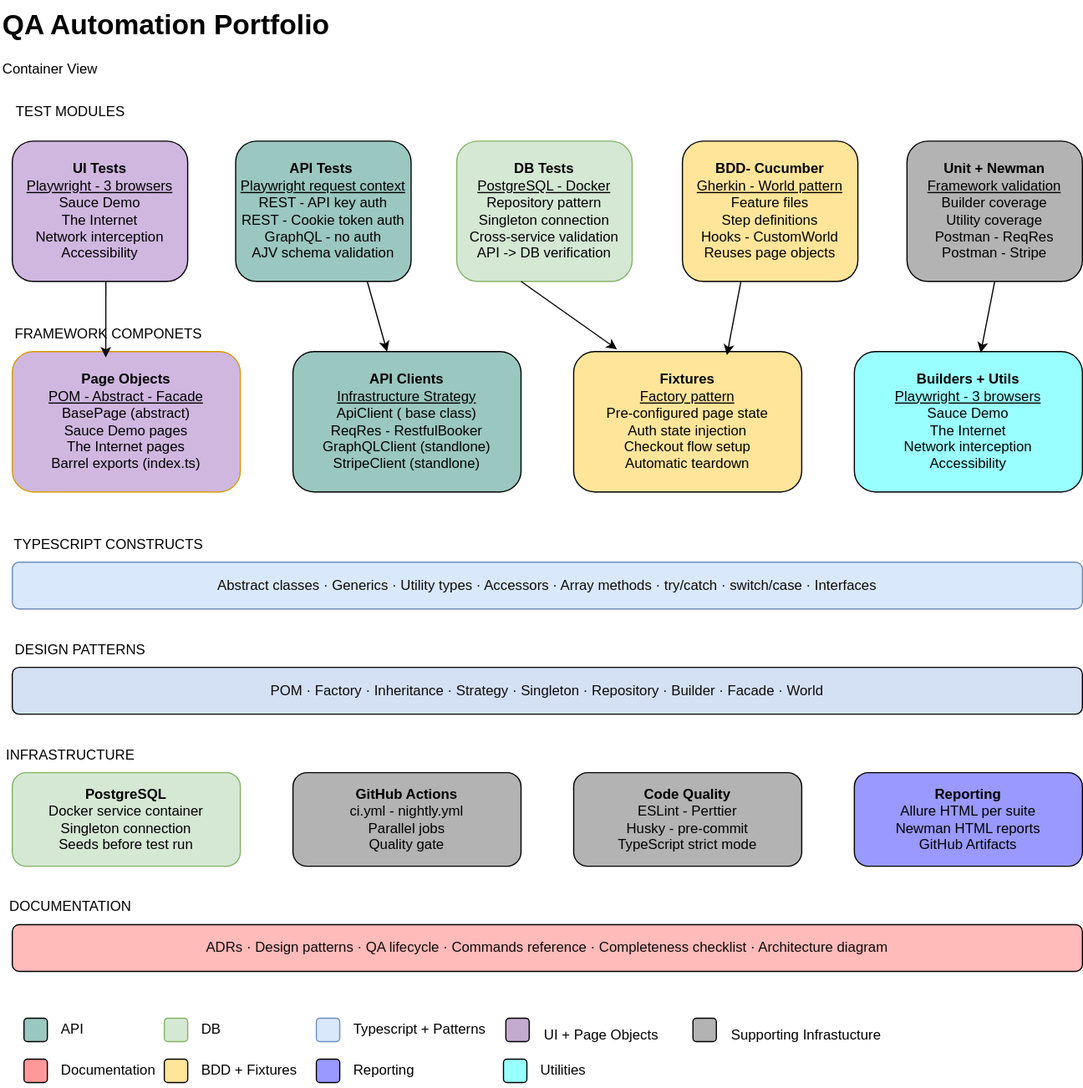
This is docs/design/diagrams/02-container-diagram.svg from sashika-hsg/qa-automation-portfolio, a draw.io export, as it was before one commit. Source tidied: cells renumbered, new cells last; positions are measured from the earlier drawing's top-left corner, leaving out a move shared by most shapes.
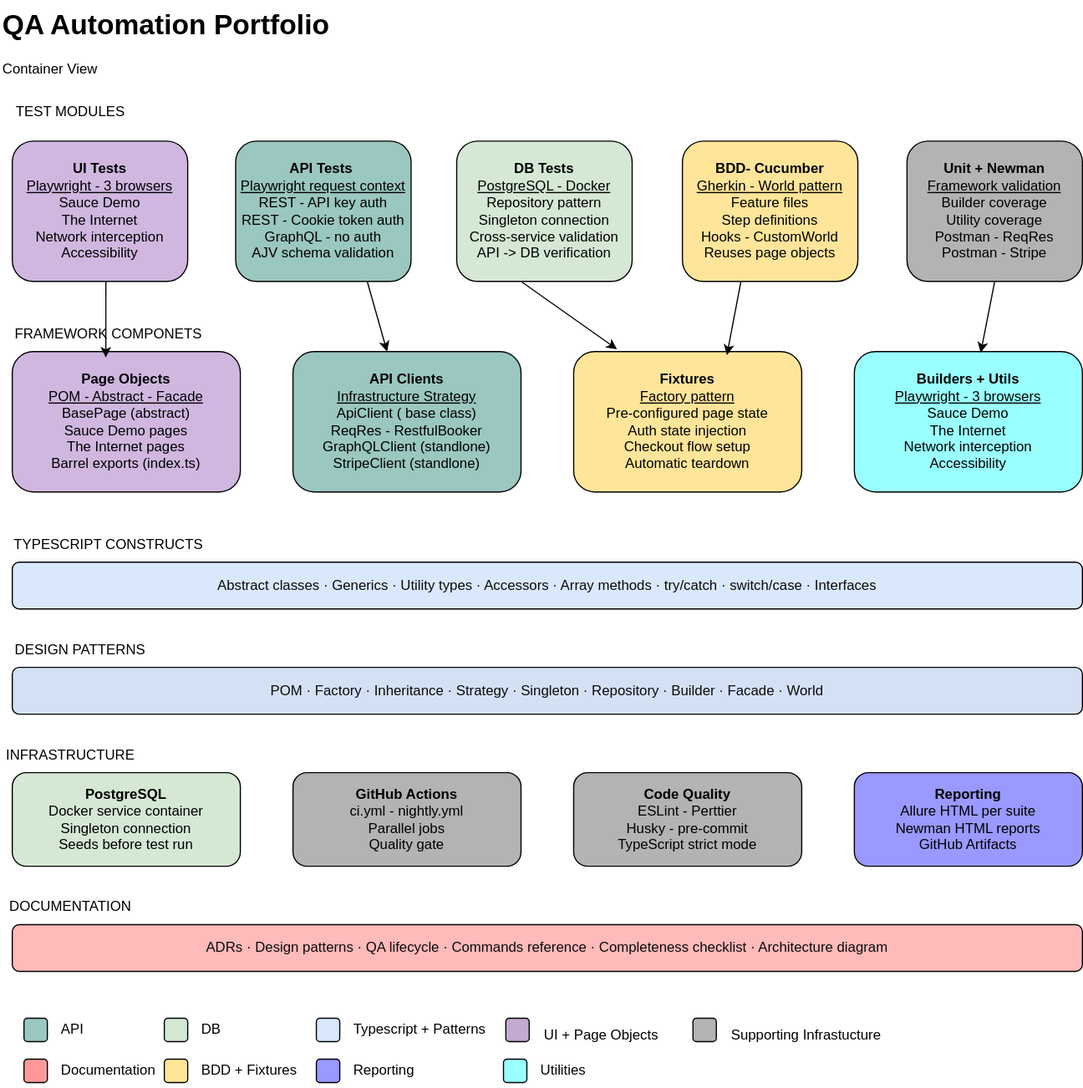
After the commit.

Change to the diagram source:
```diff
@@ -14,7 +14,7 @@
     <mxCell id="5" value="&lt;b&gt;API Tests&amp;nbsp;&lt;/b&gt;&lt;div&gt;&lt;u style=&quot;background-color: transparent; color: light-dark(rgb(0, 0, 0), rgb(255, 255, 255));&quot;&gt;Playwright request context&lt;/u&gt;&lt;/div&gt;&lt;div&gt;REST - API key auth&lt;/div&gt;&lt;div&gt;REST - Cookie token auth&lt;/div&gt;&lt;div&gt;GraphQL - no auth&lt;/div&gt;&lt;div&gt;AJV schema validation&lt;/div&gt;" style="rounded=1;whiteSpace=wrap;html=1;fillColor=#9AC7BF;" parent="1" vertex="1">
       <mxGeometry x="201" y="120" width="150" height="120" as="geometry" />
     </mxCell>
-    <mxCell id="6" value="&lt;b&gt;DB Tests&lt;/b&gt;&lt;div&gt;&lt;u&gt;PostgreSQL - Docker&lt;/u&gt;&lt;/div&gt;&lt;div&gt;Repository pattern&lt;/div&gt;&lt;div&gt;Singleton connection&lt;/div&gt;&lt;div&gt;Cross-service validation&lt;/div&gt;&lt;div&gt;API -&amp;gt; DB verification&lt;/div&gt;" style="rounded=1;whiteSpace=wrap;html=1;fillColor=#d5e8d4;strokeColor=#82b366;" parent="1" vertex="1">
+    <mxCell id="6" value="&lt;b&gt;DB Tests&lt;/b&gt;&lt;div&gt;&lt;u&gt;PostgreSQL - Docker&lt;/u&gt;&lt;/div&gt;&lt;div&gt;Repository pattern&lt;/div&gt;&lt;div&gt;Singleton connection&lt;/div&gt;&lt;div&gt;Cross-service validation&lt;/div&gt;&lt;div&gt;API -&amp;gt; DB verification&lt;/div&gt;" style="rounded=1;whiteSpace=wrap;html=1;fillColor=#d5e8d4;strokeColor=#000000;" parent="1" vertex="1">
       <mxGeometry x="390" y="120" width="150" height="120" as="geometry" />
     </mxCell>
     <mxCell id="7" value="&lt;b&gt;BDD- Cucumber&lt;/b&gt;&lt;div&gt;&lt;u&gt;Gherkin - World pattern&lt;/u&gt;&lt;/div&gt;&lt;div&gt;Feature files&lt;/div&gt;&lt;div&gt;Step definitions&lt;/div&gt;&lt;div&gt;Hooks - CustomWorld&lt;/div&gt;&lt;div&gt;Reuses page objects&lt;/div&gt;" style="rounded=1;whiteSpace=wrap;html=1;fillColor=#FFE599;" parent="1" vertex="1">
@@ -26,7 +26,7 @@
     <mxCell id="9" value="FRAMEWORK COMPONETS" style="text;html=1;whiteSpace=wrap;strokeColor=none;fillColor=none;align=center;verticalAlign=middle;rounded=0;" parent="1" vertex="1">
       <mxGeometry x="10" y="270" width="165" height="30" as="geometry" />
     </mxCell>
-    <mxCell id="10" value="&lt;span style=&quot;color: rgb(11, 11, 11); font-family: sans-serif; text-align: start; white-space: nowrap;&quot;&gt;&lt;font&gt;Abstract classes · Generics · Utility types · Accessors · Array methods · try/catch · switch/case · Interfaces&lt;/font&gt;&lt;/span&gt;" style="rounded=1;whiteSpace=wrap;html=1;fillColor=#dae8fc;strokeColor=#6c8ebf;" parent="1" vertex="1">
+    <mxCell id="10" value="&lt;span style=&quot;color: rgb(11, 11, 11); font-family: sans-serif; text-align: start; white-space: nowrap;&quot;&gt;&lt;font&gt;Abstract classes · Generics · Utility types · Accessors · Array methods · try/catch · switch/case · Interfaces&lt;/font&gt;&lt;/span&gt;" style="rounded=1;whiteSpace=wrap;html=1;fillColor=#dae8fc;strokeColor=#000000;" parent="1" vertex="1">
       <mxGeometry x="10" y="480" width="915" height="40" as="geometry" />
     </mxCell>
     <mxCell id="11" value="TYPESCRIPT CONSTRUCTS" style="text;html=1;whiteSpace=wrap;strokeColor=none;fillColor=none;align=center;verticalAlign=middle;rounded=0;" parent="1" vertex="1">
@@ -38,7 +38,7 @@
     <mxCell id="13" value="DESIGN PATTERNS&amp;nbsp;" style="text;html=1;whiteSpace=wrap;strokeColor=none;fillColor=none;align=center;verticalAlign=middle;rounded=0;" parent="1" vertex="1">
       <mxGeometry x="10" y="540" width="120" height="30" as="geometry" />
     </mxCell>
-    <mxCell id="14" value="&lt;b&gt;Page Objects&lt;/b&gt;&lt;br&gt;&lt;div&gt;&lt;u&gt;POM - Abstract - Facade&lt;/u&gt;&lt;/div&gt;&lt;div&gt;BasePage (abstract)&lt;/div&gt;&lt;div&gt;Sauce Demo pages&lt;/div&gt;&lt;div&gt;The Internet pages&lt;/div&gt;&lt;div&gt;Barrel exports (index.ts)&lt;/div&gt;" style="rounded=1;whiteSpace=wrap;html=1;fillColor=#D0B7E0;strokeColor=#d79b00;" parent="1" vertex="1">
+    <mxCell id="14" value="&lt;b&gt;Page Objects&lt;/b&gt;&lt;br&gt;&lt;div&gt;&lt;u&gt;POM - Abstract - Facade&lt;/u&gt;&lt;/div&gt;&lt;div&gt;BasePage (abstract)&lt;/div&gt;&lt;div&gt;Sauce Demo pages&lt;/div&gt;&lt;div&gt;The Internet pages&lt;/div&gt;&lt;div&gt;Barrel exports (index.ts)&lt;/div&gt;" style="rounded=1;whiteSpace=wrap;html=1;fillColor=#D0B7E0;strokeColor=#000000;" parent="1" vertex="1">
       <mxGeometry x="10" y="300" width="195" height="120" as="geometry" />
     </mxCell>
     <mxCell id="15" value="&lt;b&gt;API Clients&lt;/b&gt;&lt;div&gt;&lt;u&gt;Infrastructure Strategy&lt;/u&gt;&lt;/div&gt;&lt;div&gt;ApiClient ( base class)&lt;/div&gt;&lt;div&gt;ReqRes - RestfulBooker&lt;/div&gt;&lt;div&gt;GraphQLClient (standlone)&lt;/div&gt;&lt;div&gt;StripeClient (standlone)&lt;/div&gt;" style="rounded=1;whiteSpace=wrap;html=1;fillColor=#9AC7BF;" parent="1" vertex="1">
@@ -53,7 +53,7 @@
     <mxCell id="18" value="INFRASTRUCTURE" style="text;html=1;whiteSpace=wrap;strokeColor=none;fillColor=none;align=center;verticalAlign=middle;rounded=0;" parent="1" vertex="1">
       <mxGeometry x="10" y="630" width="100" height="30" as="geometry" />
     </mxCell>
-    <mxCell id="19" value="&lt;b&gt;PostgreSQL&lt;/b&gt;&lt;br&gt;&lt;div&gt;Docker service container&lt;/div&gt;&lt;div&gt;Singleton connection&lt;/div&gt;&lt;div&gt;Seeds before test run&lt;/div&gt;" style="rounded=1;whiteSpace=wrap;html=1;fillColor=#d5e8d4;strokeColor=#82b366;" parent="1" vertex="1">
+    <mxCell id="19" value="&lt;b&gt;PostgreSQL&lt;/b&gt;&lt;br&gt;&lt;div&gt;Docker service container&lt;/div&gt;&lt;div&gt;Singleton connection&lt;/div&gt;&lt;div&gt;Seeds before test run&lt;/div&gt;" style="rounded=1;whiteSpace=wrap;html=1;fillColor=#d5e8d4;strokeColor=#000000;" parent="1" vertex="1">
       <mxGeometry x="10" y="660" width="195" height="80" as="geometry" />
     </mxCell>
     <mxCell id="20" value="&lt;b&gt;GitHub Actions&lt;/b&gt;&lt;div&gt;ci.yml - nightly.yml&lt;/div&gt;&lt;div&gt;Parallel jobs&lt;/div&gt;&lt;div&gt;Quality gate&lt;/div&gt;" style="rounded=1;whiteSpace=wrap;html=1;fillColor=#B3B3B3;" parent="1" vertex="1">
@@ -112,7 +112,7 @@
     <mxCell id="37" style="group;" parent="36" vertex="1">
       <mxGeometry width="90" height="30" as="geometry" />
     </mxCell>
-    <mxCell id="38" style="rounded=1;whiteSpace=wrap;html=1;fillColor=#d5e8d4;strokeColor=#82b366;" parent="37" vertex="1">
+    <mxCell id="38" style="rounded=1;whiteSpace=wrap;html=1;fillColor=#d5e8d4;strokeColor=#000000;" parent="37" vertex="1">
       <mxGeometry y="5" width="20" height="20" as="geometry" />
     </mxCell>
     <mxCell id="39" value="DB&amp;nbsp;" style="text;html=1;whiteSpace=wrap;strokeColor=none;fillColor=none;align=left;verticalAlign=middle;rounded=0;" parent="37" vertex="1">
@@ -136,7 +136,7 @@
     <mxCell id="45" style="group;" parent="44" vertex="1">
       <mxGeometry width="160" height="30" as="geometry" />
     </mxCell>
-    <mxCell id="46" style="rounded=1;whiteSpace=wrap;html=1;fillColor=#dae8fc;strokeColor=#6c8ebf;" parent="45" vertex="1">
+    <mxCell id="46" style="rounded=1;whiteSpace=wrap;html=1;fillColor=#dae8fc;strokeColor=#000000;" parent="45" vertex="1">
       <mxGeometry y="5" width="20" height="20" as="geometry" />
     </mxCell>
     <mxCell id="47" value="Typescript + Patterns" style="text;html=1;whiteSpace=wrap;strokeColor=none;fillColor=none;align=left;verticalAlign=middle;rounded=0;" parent="45" vertex="1">
```
